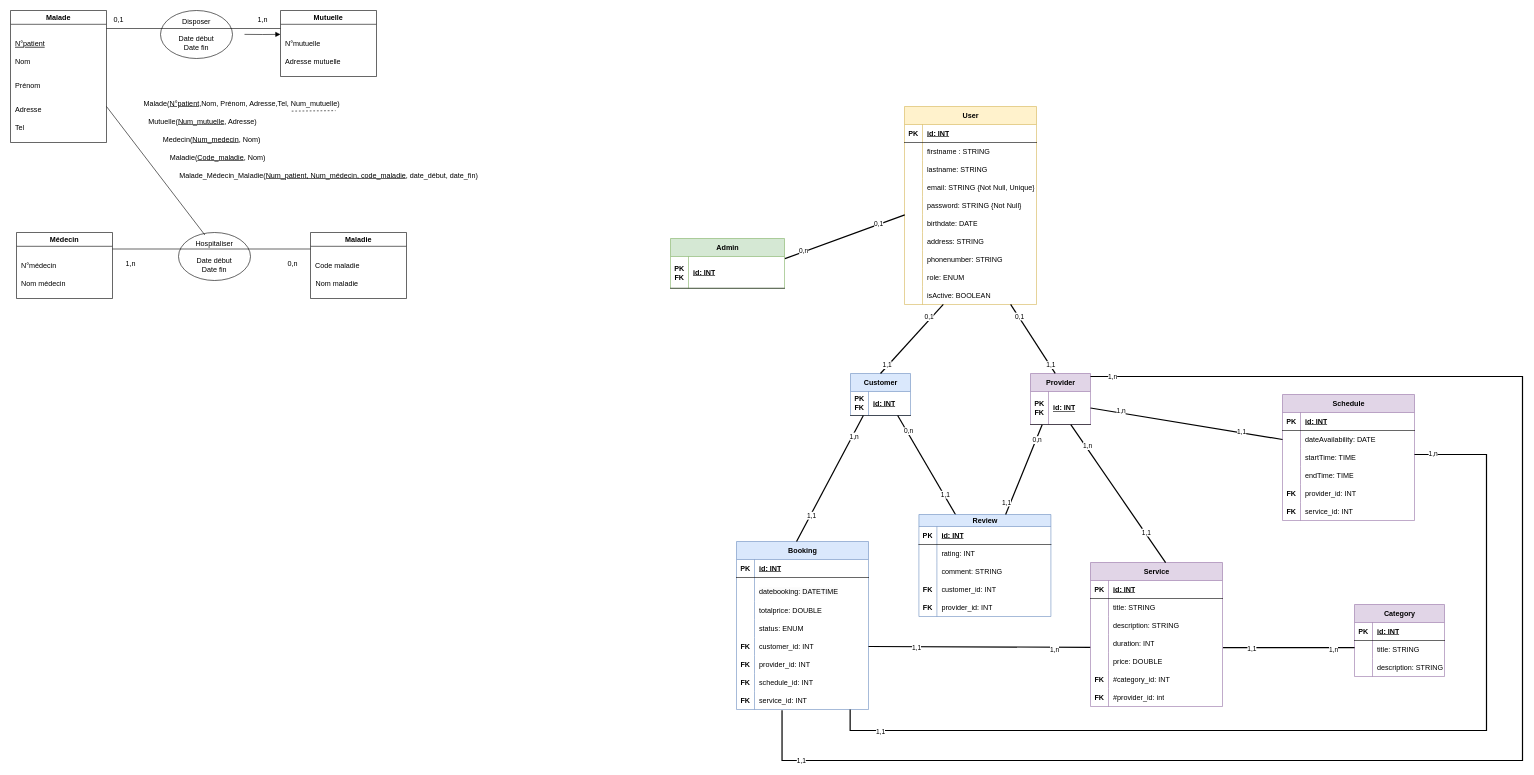
This is MPD.drawio from Steony/BeautyBookerApp, a draw.io file, before an edit. Source tidied: cells renumbered, new cells numbered last; positions are measured from the earlier drawing's top-left corner, leaving out a move shared by most shapes. Both pictures are drawn from the tidied source at 60%, with x=0, y=0 at pixel (10, 10).
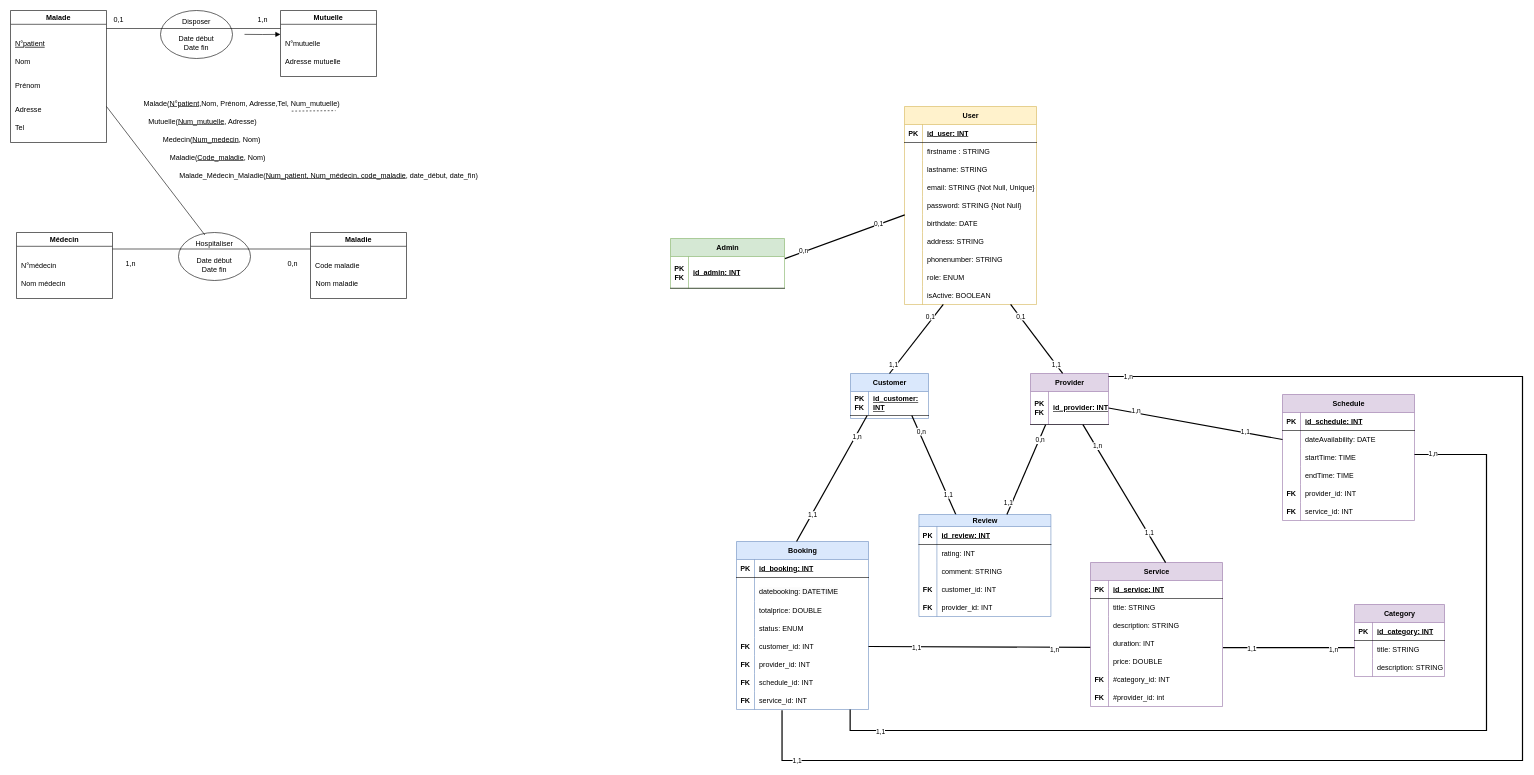
The same page after the edit.

Commit message:
Mettre à jour MPD.drawio

Unchanged cells that the change refers to:
```xml
<mxCell id="34" style="shape=tableRow;horizontal=0;startSize=0;swimlaneHead=0;swimlaneBody=0;fillColor=none;top=0;left=0;right=0;bottom=1;" parent="33" vertex="1">
  <mxGeometry y="30" width="220" height="30" as="geometry" />
</mxCell>
<mxCell id="73" style="shape=tableRow;horizontal=0;startSize=0;swimlaneHead=0;swimlaneBody=0;fillColor=none;points=[[0,0.5],[1,0.5]];portConstraint=eastwest;top=0;left=0;right=0;bottom=1;" parent="72" vertex="1">
  <mxGeometry y="30" width="190" height="53" as="geometry" />
</mxCell>
<mxCell id="77" style="shape=tableRow;horizontal=0;startSize=0;swimlaneHead=0;swimlaneBody=0;fillColor=none;top=0;left=0;right=0;bottom=1;" parent="76" vertex="1">
  <mxGeometry y="30" width="150" height="30" as="geometry" />
</mxCell>
<mxCell id="88" style="shape=tableRow;horizontal=0;startSize=0;swimlaneHead=0;swimlaneBody=0;fillColor=none;top=0;left=0;right=0;bottom=1;" parent="87" vertex="1">
  <mxGeometry y="30" width="220" height="30" as="geometry" />
</mxCell>
<mxCell id="118" style="shape=tableRow;horizontal=0;startSize=0;swimlaneHead=0;swimlaneBody=0;fillColor=none;top=0;left=0;right=0;bottom=1;" parent="117" vertex="1">
  <mxGeometry y="30" width="220" height="30" as="geometry" />
</mxCell>
<mxCell id="161" style="shape=tableRow;horizontal=0;startSize=0;swimlaneHead=0;swimlaneBody=0;fillColor=none;top=0;left=0;right=0;bottom=1;" parent="160" vertex="1">
  <mxGeometry y="20" width="220" height="30" as="geometry" />
</mxCell>
<mxCell id="181" style="shape=tableRow;horizontal=0;startSize=0;swimlaneHead=0;swimlaneBody=0;fillColor=none;top=0;left=0;right=0;bottom=1;" parent="180" vertex="1">
  <mxGeometry y="30" width="220" height="30" as="geometry" />
</mxCell>
```

What changed in the source:
```diff
@@
-    <mxCell id="36" value="id: INT" style="shape=partialRectangle;fillColor=none;top=0;left=0;bottom=0;right=0;align=left;spacingLeft=6;fontStyle=5;overflow=hidden;whiteSpace=wrap;html=1;" parent="34" vertex="1">
+    <mxCell id="36" value="id_user: INT" style="shape=partialRectangle;fillColor=none;top=0;left=0;bottom=0;right=0;align=left;spacingLeft=6;fontStyle=5;overflow=hidden;whiteSpace=wrap;html=1;" parent="34" vertex="1">
       <mxGeometry x="30" width="190" height="30" as="geometry" />
     </mxCell>
@@
     <mxCell id="64" value="Customer" style="shape=table;startSize=30;childLayout=tableLayout;rowLines=0;fontStyle=1;align=center;html=1;fillColor=#dae8fc;strokeColor=#6c8ebf;" parent="1" vertex="1">
-      <mxGeometry x="1400" y="605" width="100" height="70" as="geometry" />
+      <mxGeometry x="1400" y="605" width="130" height="75" as="geometry" />
     </mxCell>
     <mxCell id="65" style="shape=tableRow;horizontal=0;startSize=0;swimlaneHead=0;swimlaneBody=0;fillColor=none;points=[[0,0.5],[1,0.5]];portConstraint=eastwest;top=0;left=0;right=0;bottom=1;" parent="64" vertex="1">
-      <mxGeometry y="30" width="100" height="40" as="geometry" />
+      <mxGeometry y="30" width="130" height="40" as="geometry" />
     </mxCell>
@@
-    <mxCell id="67" value="id: INT" style="shape=partialRectangle;fillColor=none;top=0;left=0;bottom=0;right=0;align=left;spacingLeft=6;fontStyle=5;overflow=hidden;whiteSpace=wrap;html=1;" parent="65" vertex="1">
-      <mxGeometry x="30" width="70" height="40" as="geometry" />
+    <mxCell id="67" value="id_customer: INT" style="shape=partialRectangle;fillColor=none;top=0;left=0;bottom=0;right=0;align=left;spacingLeft=6;fontStyle=5;overflow=hidden;whiteSpace=wrap;html=1;" parent="65" vertex="1">
+      <mxGeometry x="30" width="100" height="40" as="geometry" />
     </mxCell>
     <mxCell id="68" value="Provider" style="shape=table;startSize=30;childLayout=tableLayout;rowLines=0;fontStyle=1;align=center;html=1;fillColor=#e1d5e7;strokeColor=#9673a6;" parent="1" vertex="1">
-      <mxGeometry x="1700" y="605" width="100" height="85" as="geometry" />
+      <mxGeometry x="1700" y="605" width="130" height="85" as="geometry" />
     </mxCell>
     <mxCell id="69" style="shape=tableRow;horizontal=0;startSize=0;swimlaneHead=0;swimlaneBody=0;fillColor=none;points=[[0,0.5],[1,0.5]];portConstraint=eastwest;top=0;left=0;right=0;bottom=1;" parent="68" vertex="1">
-      <mxGeometry y="30" width="100" height="55" as="geometry" />
+      <mxGeometry y="30" width="130" height="55" as="geometry" />
     </mxCell>
@@
-    <mxCell id="71" value="id: INT" style="shape=partialRectangle;fillColor=none;top=0;left=0;bottom=0;right=0;align=left;spacingLeft=6;fontStyle=5;overflow=hidden;whiteSpace=wrap;html=1;" parent="69" vertex="1">
-      <mxGeometry x="30" width="70" height="55" as="geometry" />
+    <mxCell id="71" value="id_provider: INT" style="shape=partialRectangle;fillColor=none;top=0;left=0;bottom=0;right=0;align=left;spacingLeft=6;fontStyle=5;overflow=hidden;whiteSpace=wrap;html=1;" parent="69" vertex="1">
+      <mxGeometry x="30" width="100" height="55" as="geometry" />
     </mxCell>
@@
-    <mxCell id="75" value="id: INT" style="shape=partialRectangle;fillColor=none;top=0;left=0;bottom=0;right=0;align=left;spacingLeft=6;fontStyle=5;overflow=hidden;whiteSpace=wrap;html=1;" parent="73" vertex="1">
+    <mxCell id="75" value="id_admin: INT" style="shape=partialRectangle;fillColor=none;top=0;left=0;bottom=0;right=0;align=left;spacingLeft=6;fontStyle=5;overflow=hidden;whiteSpace=wrap;html=1;" parent="73" vertex="1">
       <mxGeometry x="30" width="160" height="53" as="geometry" />
     </mxCell>
@@
-    <mxCell id="79" value="id: INT" style="shape=partialRectangle;fillColor=none;top=0;left=0;bottom=0;right=0;align=left;spacingLeft=6;fontStyle=5;overflow=hidden;whiteSpace=wrap;html=1;" parent="77" vertex="1">
+    <mxCell id="79" value="id_category: INT" style="shape=partialRectangle;fillColor=none;top=0;left=0;bottom=0;right=0;align=left;spacingLeft=6;fontStyle=5;overflow=hidden;whiteSpace=wrap;html=1;" parent="77" vertex="1">
       <mxGeometry x="30" width="120" height="30" as="geometry" />
     </mxCell>
@@
-    <mxCell id="90" value="id: INT" style="shape=partialRectangle;fillColor=none;top=0;left=0;bottom=0;right=0;align=left;spacingLeft=6;fontStyle=5;overflow=hidden;whiteSpace=wrap;html=1;" parent="88" vertex="1">
+    <mxCell id="90" value="id_booking: INT" style="shape=partialRectangle;fillColor=none;top=0;left=0;bottom=0;right=0;align=left;spacingLeft=6;fontStyle=5;overflow=hidden;whiteSpace=wrap;html=1;" parent="88" vertex="1">
       <mxGeometry x="30" width="190" height="30" as="geometry" />
     </mxCell>
@@
-    <mxCell id="120" value="id: INT" style="shape=partialRectangle;fillColor=none;top=0;left=0;bottom=0;right=0;align=left;spacingLeft=6;fontStyle=5;overflow=hidden;whiteSpace=wrap;html=1;" parent="118" vertex="1">
+    <mxCell id="120" value="id_service: INT" style="shape=partialRectangle;fillColor=none;top=0;left=0;bottom=0;right=0;align=left;spacingLeft=6;fontStyle=5;overflow=hidden;whiteSpace=wrap;html=1;" parent="118" vertex="1">
       <mxGeometry x="30" width="190" height="30" as="geometry" />
     </mxCell>
@@
-    <mxCell id="163" value="id: INT" style="shape=partialRectangle;fillColor=none;top=0;left=0;bottom=0;right=0;align=left;spacingLeft=6;fontStyle=5;overflow=hidden;whiteSpace=wrap;html=1;" parent="161" vertex="1">
+    <mxCell id="163" value="id_review: INT" style="shape=partialRectangle;fillColor=none;top=0;left=0;bottom=0;right=0;align=left;spacingLeft=6;fontStyle=5;overflow=hidden;whiteSpace=wrap;html=1;" parent="161" vertex="1">
       <mxGeometry x="30" width="190" height="30" as="geometry" />
     </mxCell>
@@
-    <mxCell id="183" value="id: INT" style="shape=partialRectangle;fillColor=none;top=0;left=0;bottom=0;right=0;align=left;spacingLeft=6;fontStyle=5;overflow=hidden;whiteSpace=wrap;html=1;" parent="181" vertex="1">
+    <mxCell id="183" value="id_schedule: INT" style="shape=partialRectangle;fillColor=none;top=0;left=0;bottom=0;right=0;align=left;spacingLeft=6;fontStyle=5;overflow=hidden;whiteSpace=wrap;html=1;" parent="181" vertex="1">
       <mxGeometry x="30" width="190" height="30" as="geometry" />
     </mxCell>
```
